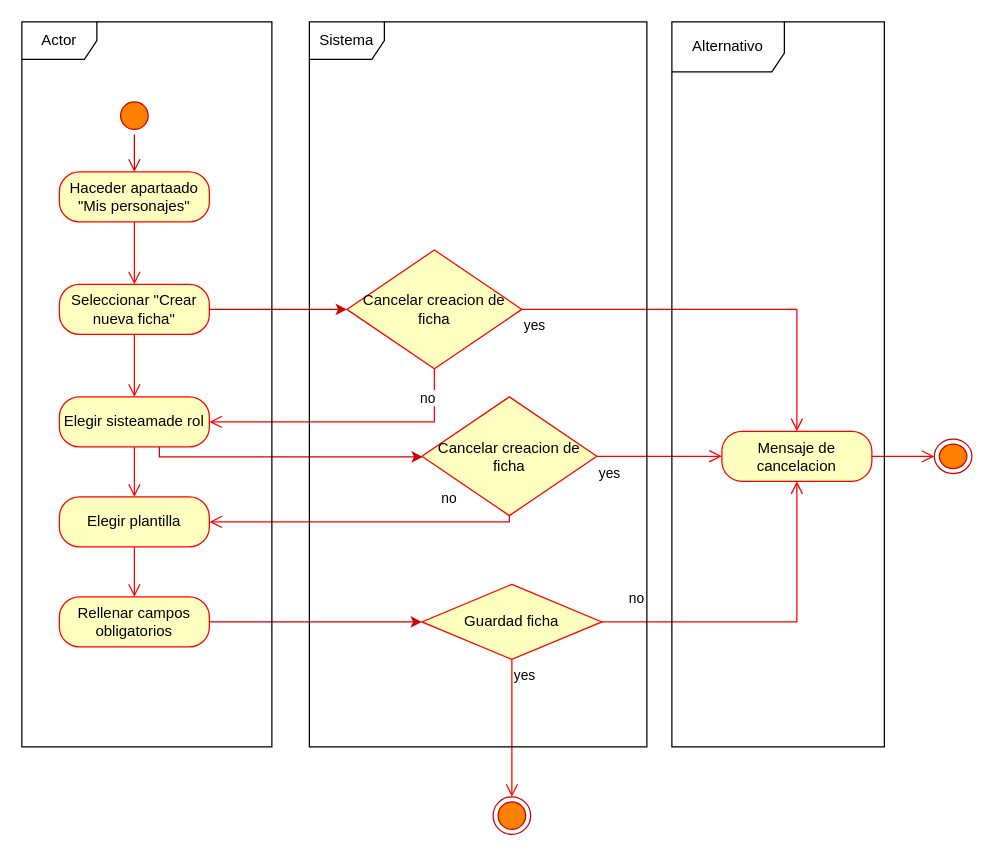
The draw.io diagram Misael/Clase_2 Proyecto/Unidad 2/Diagrama Actividad/Diagrama de actividad-Creacion de ficha.drawio in misaeluno/Proyecto-de-Software, before the edit. Source tidied: cells renumbered, new cells numbered last; positions are measured from the earlier drawing's top-left corner, leaving out a move shared by most shapes. Both pictures are drawn from the tidied source at 125%, with x=0, y=0 at pixel (21, 21).
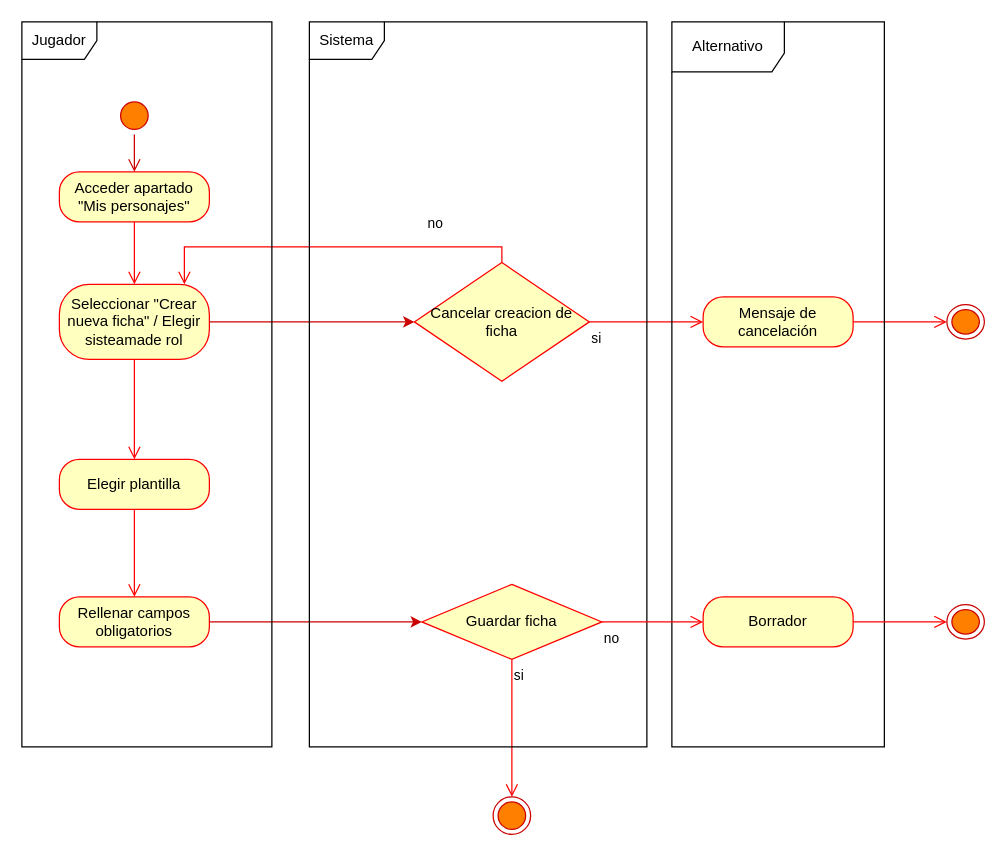
The same page after the edit.

The change refers to these unchanged cells:
```xml
<mxCell id="21" style="ellipse;html=1;shape=endState;fillColor=#FF8000;strokeColor=#CC0000;" parent="1" vertex="1">
  <mxGeometry x="377" y="620" width="30" height="30" as="geometry" />
</mxCell>
```

What changed in the source:
```diff
@@
-    <mxCell id="4" value="&lt;font style=&quot;color: rgb(0, 0, 0);&quot;&gt;Haceder apartaado &quot;Mis personajes&quot;&lt;/font&gt;" style="rounded=1;whiteSpace=wrap;html=1;arcSize=40;fontColor=#000000;fillColor=#ffffc0;strokeColor=#ff0000;" parent="1" vertex="1">
+    <mxCell id="4" value="&lt;font style=&quot;color: rgb(0, 0, 0);&quot;&gt;Acceder apartado &quot;Mis personajes&quot;&lt;/font&gt;" style="rounded=1;whiteSpace=wrap;html=1;arcSize=40;fontColor=#000000;fillColor=#ffffc0;strokeColor=#ff0000;" parent="1" vertex="1">
       <mxGeometry x="30" y="120" width="120" height="40" as="geometry" />
     </mxCell>
@@
-    <mxCell id="6" style="edgeStyle=orthogonalEdgeStyle;rounded=0;jettySize=auto;html=1;entryX=0;entryY=0.5;entryDx=0;entryDy=0;strokeColor=#CC0000;" parent="1" edge="1" source="7" target="15">
-      <mxGeometry relative="1" as="geometry" />
-    </mxCell>
+    <mxCell id="32" style="edgeStyle=orthogonalEdgeStyle;rounded=0;jettySize=auto;html=1;strokeColor=#CC0000;" parent="1" edge="1" source="7" target="18">
+      <mxGeometry relative="1" as="geometry" />
+    </mxCell>
-    <mxCell id="7" value="&lt;font color=&quot;#000000&quot;&gt;Seleccionar &quot;Crear nueva ficha&quot;&lt;/font&gt;" style="rounded=1;whiteSpace=wrap;html=1;arcSize=40;fontColor=#000000;fillColor=#ffffc0;strokeColor=#ff0000;" parent="1" vertex="1">
-      <mxGeometry x="30" y="210" width="120" height="40" as="geometry" />
+    <mxCell id="7" value="&lt;font color=&quot;#000000&quot;&gt;Seleccionar &quot;Crear nueva ficha&quot; /&amp;nbsp;&lt;/font&gt;&lt;span style=&quot;color: rgb(0, 0, 0);&quot;&gt;Elegir sisteamade rol&lt;/span&gt;" style="rounded=1;whiteSpace=wrap;html=1;arcSize=40;fontColor=#000000;fillColor=#ffffc0;strokeColor=#ff0000;" parent="1" vertex="1">
+      <mxGeometry x="30" y="210" width="120" height="60" as="geometry" />
     </mxCell>
-    <mxCell id="8" style="edgeStyle=orthogonalEdgeStyle;html=1;verticalAlign=bottom;endArrow=open;endSize=8;strokeColor=#ff0000;rounded=0;" parent="1" edge="1" source="7" target="10">
-      <mxGeometry relative="1" as="geometry" />
-    </mxCell>
-    <mxCell id="9" style="edgeStyle=orthogonalEdgeStyle;rounded=0;jettySize=auto;html=1;strokeColor=#CC0000;" parent="1" edge="1" source="10" target="18">
-      <mxGeometry relative="1" as="geometry">
-        <Array as="points">
-          <mxPoint x="110" y="348" />
-        </Array>
-      </mxGeometry>
-    </mxCell>
-    <mxCell id="10" value="&lt;font style=&quot;color: rgb(0, 0, 0);&quot;&gt;Elegir sisteamade rol&lt;/font&gt;" style="rounded=1;whiteSpace=wrap;html=1;arcSize=40;fontColor=#000000;fillColor=#ffffc0;strokeColor=#ff0000;" parent="1" vertex="1">
-      <mxGeometry x="30" y="300" width="120" height="40" as="geometry" />
-    </mxCell>
-    <mxCell id="11" style="edgeStyle=orthogonalEdgeStyle;html=1;verticalAlign=bottom;endArrow=open;endSize=8;strokeColor=#ff0000;rounded=0;" parent="1" edge="1" source="10" target="12">
+    <mxCell id="11" style="edgeStyle=orthogonalEdgeStyle;html=1;verticalAlign=bottom;endArrow=open;endSize=8;strokeColor=#ff0000;rounded=0;" parent="1" edge="1" source="7" target="12">
       <mxGeometry relative="1" as="geometry" />
     </mxCell>
     <mxCell id="12" value="Elegir plantilla" style="rounded=1;whiteSpace=wrap;html=1;arcSize=40;fontColor=#000000;fillColor=#ffffc0;strokeColor=#ff0000;" parent="1" vertex="1">
-      <mxGeometry x="30" y="380" width="120" height="40" as="geometry" />
+      <mxGeometry x="30" y="350" width="120" height="40" as="geometry" />
     </mxCell>
@@
-    <mxCell id="15" value="Cancelar creacion de ficha" style="rhombus;whiteSpace=wrap;html=1;fontColor=#000000;fillColor=#ffffc0;strokeColor=#ff0000;" parent="1" vertex="1">
-      <mxGeometry x="260" y="182.5" width="140" height="95" as="geometry" />
-    </mxCell>
-    <mxCell id="16" value="no" style="edgeStyle=orthogonalEdgeStyle;html=1;align=left;verticalAlign=bottom;endArrow=open;endSize=8;strokeColor=#ff0000;rounded=0;" parent="1" edge="1" source="15" target="10">
-      <mxGeometry x="-0.5" y="-10" relative="1" as="geometry">
-        <Array as="points">
-          <mxPoint x="330" y="320" />
-        </Array>
-      </mxGeometry>
-    </mxCell>
-    <mxCell id="17" value="yes" style="edgeStyle=orthogonalEdgeStyle;html=1;align=left;verticalAlign=top;endArrow=open;endSize=8;strokeColor=#ff0000;rounded=0;" parent="1" edge="1" source="15" target="29">
-      <mxGeometry x="-1" relative="1" as="geometry">
-        <Array as="points">
-          <mxPoint x="620" y="230" />
-        </Array>
-      </mxGeometry>
-    </mxCell>
-    <mxCell id="18" value="Cancelar creacion de ficha" style="rhombus;whiteSpace=wrap;html=1;fontColor=#000000;fillColor=#ffffc0;strokeColor=#ff0000;" parent="1" vertex="1">
-      <mxGeometry x="320" y="300" width="140" height="95" as="geometry" />
+    <mxCell id="18" value="&lt;font style=&quot;color: rgb(0, 0, 0);&quot;&gt;Cancelar creacion de ficha&lt;/font&gt;" style="rhombus;whiteSpace=wrap;html=1;fontColor=#000000;fillColor=#ffffc0;strokeColor=#ff0000;" parent="1" vertex="1">
+      <mxGeometry x="314" y="192.5" width="140" height="95" as="geometry" />
     </mxCell>
-    <mxCell id="19" value="no" style="edgeStyle=orthogonalEdgeStyle;html=1;align=left;verticalAlign=bottom;endArrow=open;endSize=8;strokeColor=#ff0000;rounded=0;" parent="1" edge="1" source="18" target="12">
+    <mxCell id="19" value="no" style="edgeStyle=orthogonalEdgeStyle;html=1;align=left;verticalAlign=bottom;endArrow=open;endSize=8;strokeColor=#ff0000;rounded=0;" parent="1" edge="1" source="18" target="7">
       <mxGeometry x="-0.5" y="-10" relative="1" as="geometry">
         <Array as="points">
-          <mxPoint x="390" y="400" />
+          <mxPoint x="384" y="180" />
+          <mxPoint x="130" y="180" />
         </Array>
       </mxGeometry>
     </mxCell>
-    <mxCell id="20" value="yes" style="edgeStyle=orthogonalEdgeStyle;html=1;align=left;verticalAlign=top;endArrow=open;endSize=8;strokeColor=#ff0000;rounded=0;" parent="1" edge="1" source="18" target="29">
+    <mxCell id="20" value="si" style="edgeStyle=orthogonalEdgeStyle;html=1;align=left;verticalAlign=top;endArrow=open;endSize=8;strokeColor=#ff0000;rounded=0;" parent="1" edge="1" source="18" target="29">
       <mxGeometry x="-1" relative="1" as="geometry" />
     </mxCell>
@@
     <mxCell id="22" style="ellipse;html=1;shape=endState;fillColor=#FF8000;strokeColor=#CC0000;" parent="1" vertex="1">
-      <mxGeometry x="730" y="333.8" width="30" height="27.5" as="geometry" />
+      <mxGeometry x="740" y="226.2" width="30" height="27.5" as="geometry" />
     </mxCell>
-    <mxCell id="23" value="Guardad ficha" style="rhombus;whiteSpace=wrap;html=1;fontColor=#000000;fillColor=#ffffc0;strokeColor=#ff0000;" parent="1" vertex="1">
+    <mxCell id="23" value="Guardar ficha" style="rhombus;whiteSpace=wrap;html=1;fontColor=#000000;fillColor=#ffffc0;strokeColor=#ff0000;" parent="1" vertex="1">
       <mxGeometry x="320" y="450" width="144" height="60" as="geometry" />
     </mxCell>
-    <mxCell id="24" value="no" style="edgeStyle=orthogonalEdgeStyle;html=1;align=left;verticalAlign=bottom;endArrow=open;endSize=8;strokeColor=#ff0000;rounded=0;" parent="1" edge="1" source="23" target="29">
-      <mxGeometry x="-0.85" y="10" relative="1" as="geometry" />
-    </mxCell>
-    <mxCell id="25" value="yes" style="edgeStyle=orthogonalEdgeStyle;html=1;align=left;verticalAlign=top;endArrow=open;endSize=8;strokeColor=#ff0000;rounded=0;" parent="1" edge="1" source="23" target="21">
+    <mxCell id="25" value="si" style="edgeStyle=orthogonalEdgeStyle;html=1;align=left;verticalAlign=top;endArrow=open;endSize=8;strokeColor=#ff0000;rounded=0;" parent="1" edge="1" source="23" target="21">
       <mxGeometry x="-1" relative="1" as="geometry" />
     </mxCell>
@@
-    <mxCell id="27" value="Actor" style="shape=umlFrame;whiteSpace=wrap;html=1;" parent="1" vertex="1">
+    <mxCell id="27" value="Jugador" style="shape=umlFrame;whiteSpace=wrap;html=1;" parent="1" vertex="1">
       <mxGeometry width="200" height="580" as="geometry" />
     </mxCell>
@@
-    <mxCell id="29" value="Mensaje de cancelacion" style="rounded=1;whiteSpace=wrap;html=1;arcSize=40;fontColor=#000000;fillColor=#ffffc0;strokeColor=#ff0000;" parent="1" vertex="1">
-      <mxGeometry x="560" y="327.5" width="120" height="40" as="geometry" />
+    <mxCell id="29" value="&lt;font style=&quot;color: rgb(0, 0, 0);&quot;&gt;Mensaje de cancelación&lt;/font&gt;" style="rounded=1;whiteSpace=wrap;html=1;arcSize=40;fontColor=#000000;fillColor=#ffffc0;strokeColor=#ff0000;" parent="1" vertex="1">
+      <mxGeometry x="545" y="220" width="120" height="40" as="geometry" />
     </mxCell>
@@
+    <mxCell id="33" value="Borrador" style="rounded=1;whiteSpace=wrap;html=1;arcSize=40;fontColor=#000000;fillColor=#ffffc0;strokeColor=#ff0000;" parent="1" vertex="1">
+      <mxGeometry x="545" y="460" width="120" height="40" as="geometry" />
+    </mxCell>
+    <mxCell id="34" style="edgeStyle=orthogonalEdgeStyle;html=1;verticalAlign=bottom;endArrow=open;endSize=8;strokeColor=#ff0000;rounded=0;" parent="1" edge="1" source="33" target="36">
+      <mxGeometry relative="1" as="geometry" />
+    </mxCell>
+    <mxCell id="35" value="no" style="edgeStyle=orthogonalEdgeStyle;html=1;align=left;verticalAlign=top;endArrow=open;endSize=8;strokeColor=#ff0000;rounded=0;" parent="1" edge="1" source="23" target="33">
+      <mxGeometry x="-1" relative="1" as="geometry" />
+    </mxCell>
+    <mxCell id="36" style="ellipse;html=1;shape=endState;fillColor=#FF8000;strokeColor=#CC0000;" parent="1" vertex="1">
+      <mxGeometry x="740" y="466.2" width="30" height="27.5" as="geometry" />
+    </mxCell>
```
